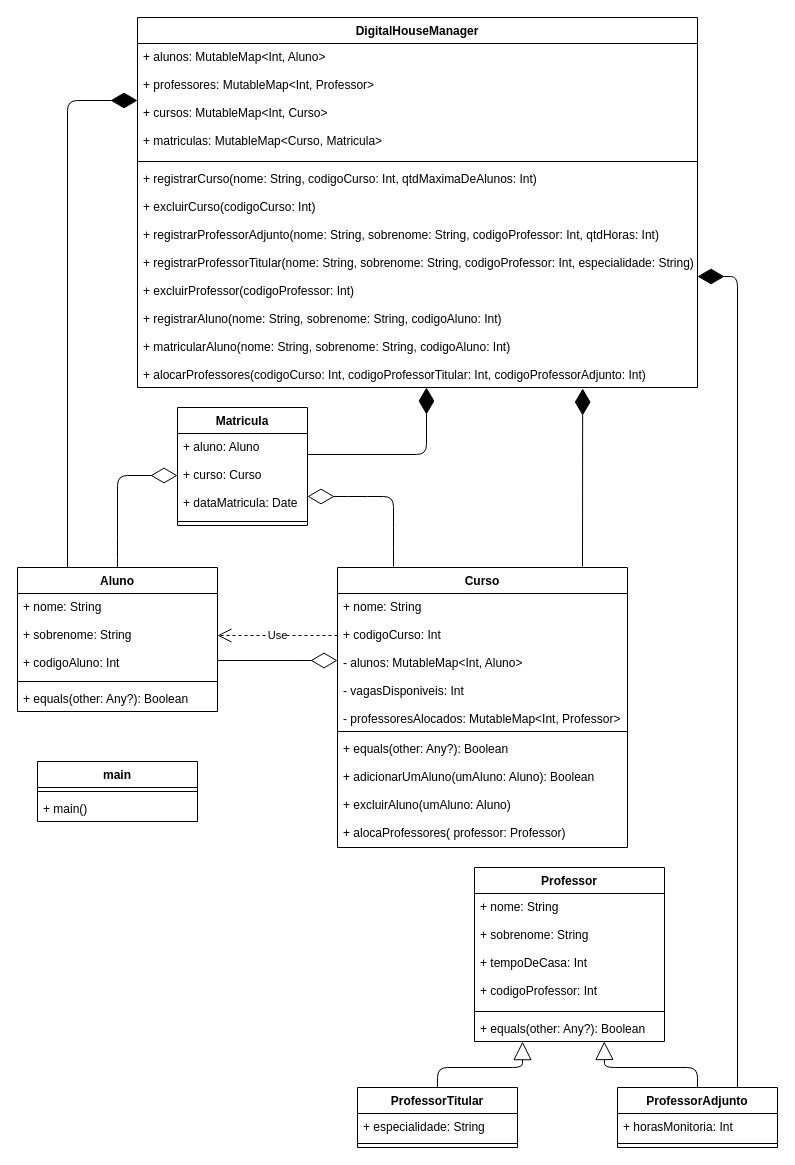
Above: DesafioKotlin.drawio in artchier/desafio_kotlin (draw.io), before the change. Source tidied: cells renumbered, new cells numbered last; positions are measured from the earlier drawing's top-left corner, leaving out a move shared by most shapes. Both pictures are drawn from the tidied source at 100%, with x=0, y=0 at pixel (17, 17).
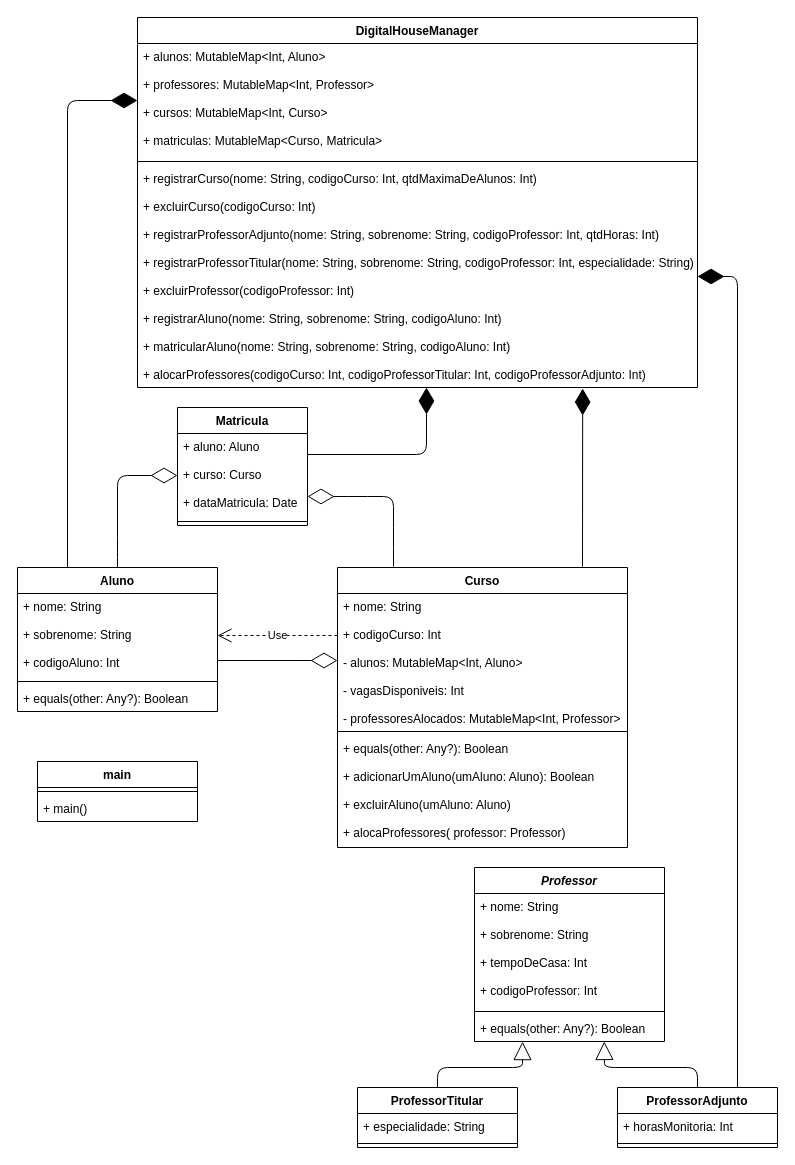
Above is the later version.

Diff of the diagram source:
```diff
@@
-    <mxCell id="26" value="Professor" style="swimlane;fontStyle=1;align=center;verticalAlign=top;horizontal=1;startSize=26;" parent="1" vertex="1">
+    <mxCell id="26" value="Professor" style="swimlane;fontStyle=3;align=center;verticalAlign=top;horizontal=1;startSize=26;" parent="1" vertex="1">
       <mxGeometry x="457" y="850" width="190" height="174" as="geometry" />
     </mxCell>
```
